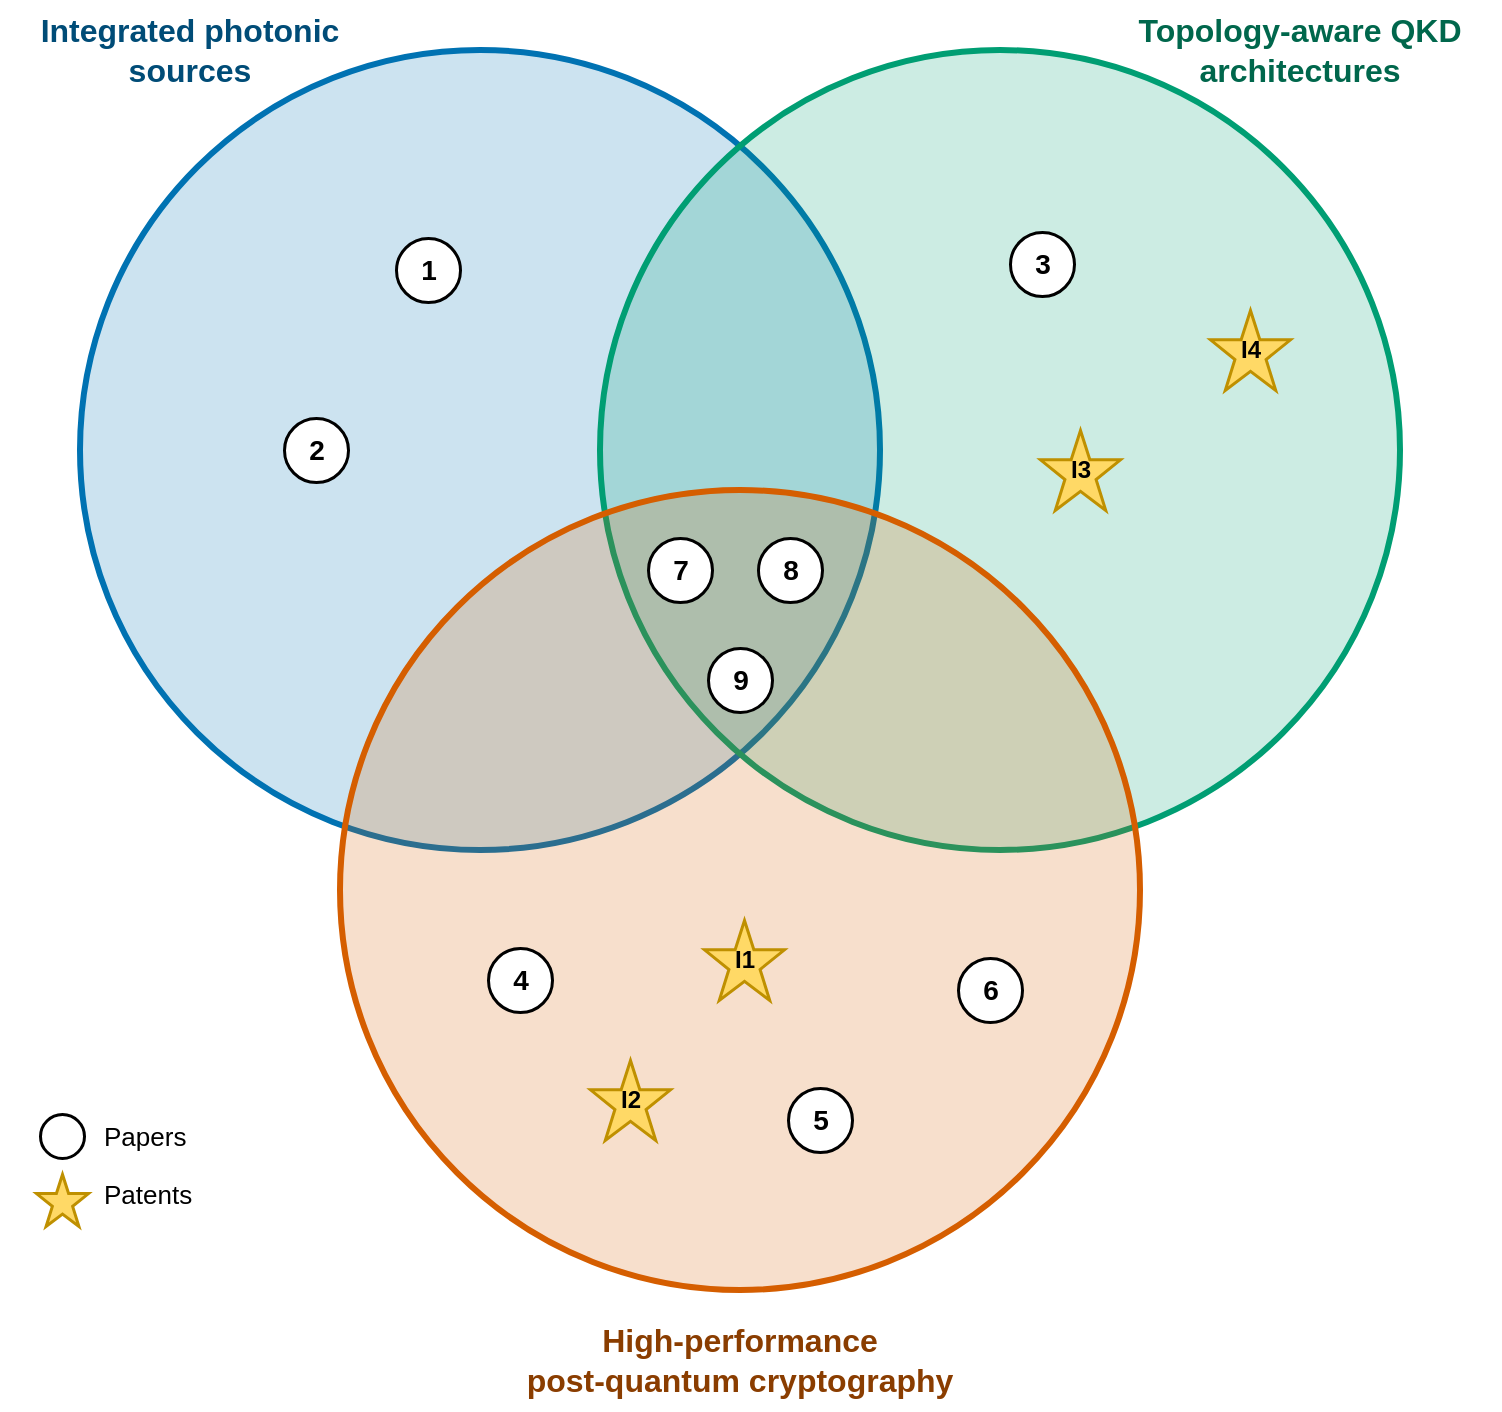
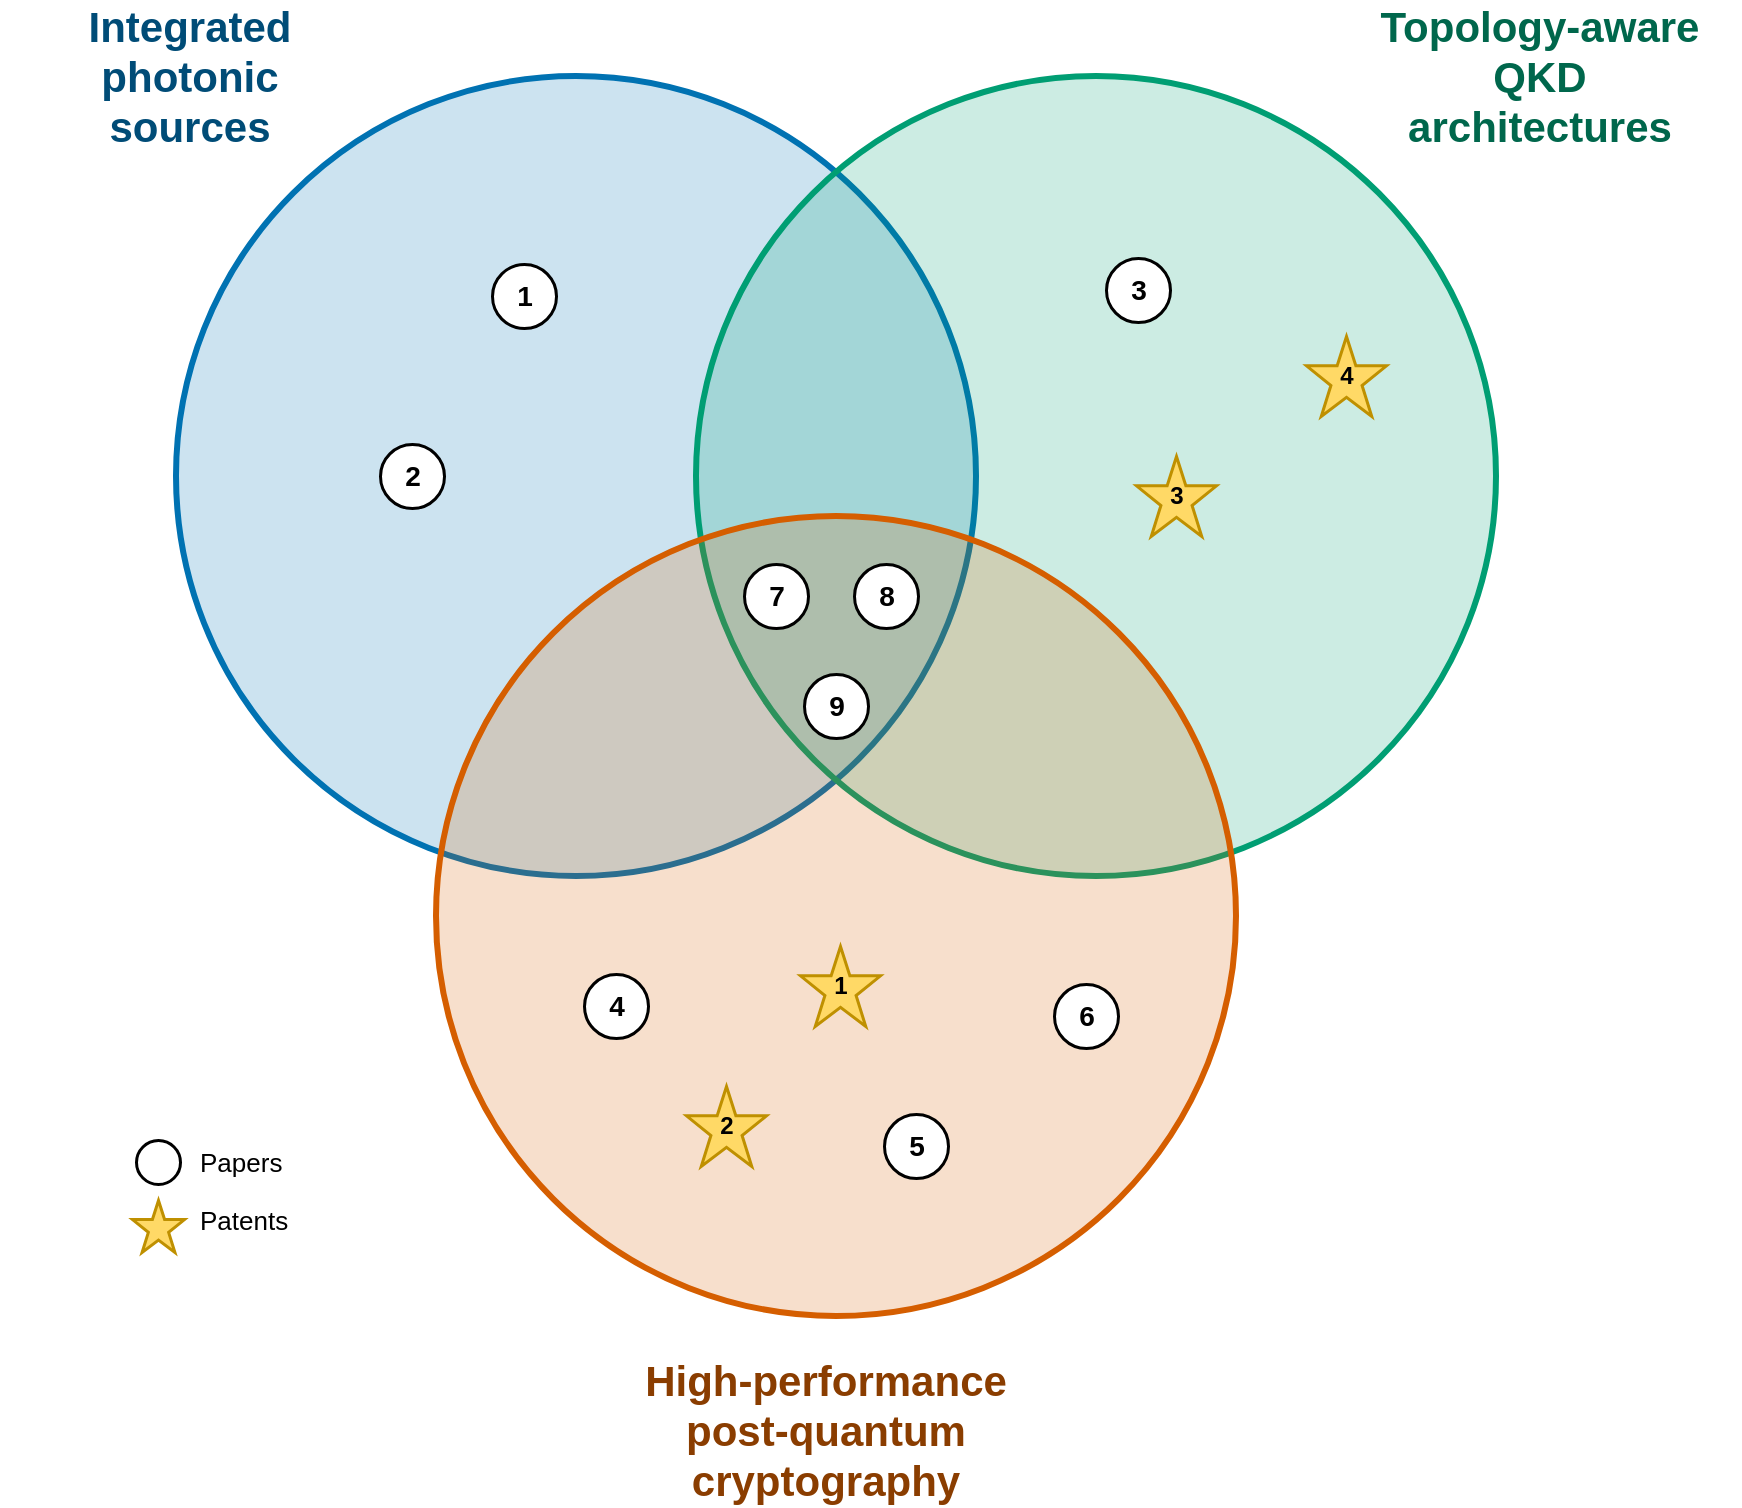
<mxfile host="65bd71144e">
    <diagram name="pillar-venn" id="pillar-venn-1">
        <mxGraphModel dx="704" dy="1200" grid="0" gridSize="10" guides="1" tooltips="1" connect="1" arrows="1" fold="1" page="1" pageScale="1" pageWidth="850" pageHeight="850" math="0" shadow="0">
            <root>
                <mxCell id="0"/>
                <mxCell id="1" parent="0"/>
                <mxCell id="circSrc" value="" style="ellipse;html=1;fillColor=#0072B2;fillOpacity=20;strokeColor=#0072B2;strokeWidth=3;" parent="1" vertex="1">
                    <mxGeometry x="100" y="80" width="400" height="400" as="geometry"/>
                </mxCell>
                <mxCell id="circQKD" value="" style="ellipse;html=1;fillColor=#009E73;fillOpacity=20;strokeColor=#009E73;strokeWidth=3;" parent="1" vertex="1">
                    <mxGeometry x="360" y="80" width="400" height="400" as="geometry"/>
                </mxCell>
                <mxCell id="circPQC" value="" style="ellipse;html=1;fillColor=#D55E00;fillOpacity=20;strokeColor=#D55E00;strokeWidth=3;" parent="1" vertex="1">
                    <mxGeometry x="230" y="300" width="400" height="400" as="geometry"/>
                </mxCell>
-                 <mxCell id="titleSrc" value="Integrated photonic&#10;sources" style="text;html=1;align=center;verticalAlign=middle;fontStyle=1;fontSize=16;fontColor=#004C77;whiteSpace=wrap;" parent="1" vertex="1">
-                     <mxGeometry x="60" y="55" width="190" height="50" as="geometry"/>
+                 <mxCell id="titleSrc" value="Integrated photonic&#10;sources" style="text;html=1;align=center;verticalAlign=middle;fontStyle=1;fontSize=21;fontColor=#004C77;whiteSpace=wrap;letterSpacing=0.5;" parent="1" vertex="1">
+                     <mxGeometry x="12" y="55" width="190" height="50" as="geometry"/>
                </mxCell>
-                 <mxCell id="titleQKD" value="Topology-aware QKD&#10;architectures" style="text;html=1;align=center;verticalAlign=middle;fontStyle=1;fontSize=16;fontColor=#00674C;whiteSpace=wrap;" parent="1" vertex="1">
-                     <mxGeometry x="610" y="55" width="200" height="50" as="geometry"/>
+                 <mxCell id="titleQKD" value="Topology-aware QKD&#10;architectures" style="text;html=1;align=center;verticalAlign=middle;fontStyle=1;fontSize=21;fontColor=#00674C;whiteSpace=wrap;letterSpacing=0.5;" parent="1" vertex="1">
+                     <mxGeometry x="682" y="55" width="200" height="50" as="geometry"/>
                </mxCell>
-                 <mxCell id="titlePQC" value="High-performance&#10;post-quantum cryptography" style="text;html=1;align=center;verticalAlign=middle;fontStyle=1;fontSize=16;fontColor=#8A3D00;whiteSpace=wrap;" parent="1" vertex="1">
-                     <mxGeometry x="310" y="710" width="240" height="50" as="geometry"/>
+                 <mxCell id="titlePQC" value="High-performance&#10;post-quantum cryptography" style="text;html=1;align=center;verticalAlign=middle;fontStyle=1;fontSize=21;fontColor=#8A3D00;whiteSpace=wrap;letterSpacing=0.5;" parent="1" vertex="1">
+                     <mxGeometry x="305" y="732" width="240" height="50" as="geometry"/>
                </mxCell>
                <mxCell id="m1" value="1" style="ellipse;html=1;fillColor=#FFFFFF;strokeColor=#000000;strokeWidth=1.5;fontStyle=1;fontSize=14;" parent="1" vertex="1">
                    <mxGeometry x="258" y="174" width="32" height="32" as="geometry"/>
                </mxCell>
                <mxCell id="m2" value="2" style="ellipse;html=1;fillColor=#FFFFFF;strokeColor=#000000;strokeWidth=1.5;fontStyle=1;fontSize=14;" parent="1" vertex="1">
                    <mxGeometry x="202" y="264" width="32" height="32" as="geometry"/>
                </mxCell>
                <mxCell id="m3" value="3" style="ellipse;html=1;fillColor=#FFFFFF;strokeColor=#000000;strokeWidth=1.5;fontStyle=1;fontSize=14;" parent="1" vertex="1">
                    <mxGeometry x="565" y="171" width="32" height="32" as="geometry"/>
                </mxCell>
                <mxCell id="m4" value="4" style="ellipse;html=1;fillColor=#FFFFFF;strokeColor=#000000;strokeWidth=1.5;fontStyle=1;fontSize=14;" parent="1" vertex="1">
                    <mxGeometry x="304" y="529" width="32" height="32" as="geometry"/>
                </mxCell>
                <mxCell id="m5" value="5" style="ellipse;html=1;fillColor=#FFFFFF;strokeColor=#000000;strokeWidth=1.5;fontStyle=1;fontSize=14;" parent="1" vertex="1">
                    <mxGeometry x="454" y="599" width="32" height="32" as="geometry"/>
                </mxCell>
                <mxCell id="m6" value="6" style="ellipse;html=1;fillColor=#FFFFFF;strokeColor=#000000;strokeWidth=1.5;fontStyle=1;fontSize=14;" parent="1" vertex="1">
                    <mxGeometry x="539" y="534" width="32" height="32" as="geometry"/>
                </mxCell>
                <mxCell id="m7" value="7" style="ellipse;html=1;fillColor=#FFFFFF;strokeColor=#000000;strokeWidth=1.5;fontStyle=1;fontSize=14;" parent="1" vertex="1">
                    <mxGeometry x="384" y="324" width="32" height="32" as="geometry"/>
                </mxCell>
                <mxCell id="m8" value="8" style="ellipse;html=1;fillColor=#FFFFFF;strokeColor=#000000;strokeWidth=1.5;fontStyle=1;fontSize=14;" parent="1" vertex="1">
                    <mxGeometry x="439" y="324" width="32" height="32" as="geometry"/>
                </mxCell>
                <mxCell id="m9" value="9" style="ellipse;html=1;fillColor=#FFFFFF;strokeColor=#000000;strokeWidth=1.5;fontStyle=1;fontSize=14;" parent="1" vertex="1">
                    <mxGeometry x="414" y="379" width="32" height="32" as="geometry"/>
                </mxCell>
-                 <mxCell id="i1" value="I1" style="shape=mxgraph.basic.star;html=1;fillColor=#FFD966;strokeColor=#BF9000;strokeWidth=1.5;fontStyle=1;fontSize=12;verticalLabelPosition=middle;verticalAlign=middle;" parent="1" vertex="1">
+                 <mxCell id="i1" value="1" style="shape=mxgraph.basic.star;html=1;fillColor=#FFD966;strokeColor=#BF9000;strokeWidth=1.5;fontStyle=1;fontSize=12;verticalLabelPosition=middle;verticalAlign=middle;" parent="1" vertex="1">
                    <mxGeometry x="412" y="515" width="40" height="40" as="geometry"/>
                </mxCell>
-                 <mxCell id="i2" value="I2" style="shape=mxgraph.basic.star;html=1;fillColor=#FFD966;strokeColor=#BF9000;strokeWidth=1.5;fontStyle=1;fontSize=12;verticalLabelPosition=middle;verticalAlign=middle;" parent="1" vertex="1">
+                 <mxCell id="i2" value="2" style="shape=mxgraph.basic.star;html=1;fillColor=#FFD966;strokeColor=#BF9000;strokeWidth=1.5;fontStyle=1;fontSize=12;verticalLabelPosition=middle;verticalAlign=middle;" parent="1" vertex="1">
                    <mxGeometry x="355" y="585" width="40" height="40" as="geometry"/>
                </mxCell>
-                 <mxCell id="i3" value="I3" style="shape=mxgraph.basic.star;html=1;fillColor=#FFD966;strokeColor=#BF9000;strokeWidth=1.5;fontStyle=1;fontSize=12;verticalLabelPosition=middle;verticalAlign=middle;" parent="1" vertex="1">
+                 <mxCell id="i3" value="3" style="shape=mxgraph.basic.star;html=1;fillColor=#FFD966;strokeColor=#BF9000;strokeWidth=1.5;fontStyle=1;fontSize=12;verticalLabelPosition=middle;verticalAlign=middle;" parent="1" vertex="1">
                    <mxGeometry x="580" y="270" width="40" height="40" as="geometry"/>
                </mxCell>
-                 <mxCell id="i4" value="I4" style="shape=mxgraph.basic.star;html=1;fillColor=#FFD966;strokeColor=#BF9000;strokeWidth=1.5;fontStyle=1;fontSize=12;verticalLabelPosition=middle;verticalAlign=middle;" parent="1" vertex="1">
+                 <mxCell id="i4" value="4" style="shape=mxgraph.basic.star;html=1;fillColor=#FFD966;strokeColor=#BF9000;strokeWidth=1.5;fontStyle=1;fontSize=12;verticalLabelPosition=middle;verticalAlign=middle;" parent="1" vertex="1">
                    <mxGeometry x="665" y="210" width="40" height="40" as="geometry"/>
                </mxCell>
                <mxCell id="legPaper" value="" style="ellipse;html=1;fillColor=#FFFFFF;strokeColor=#000000;strokeWidth=1.5;" parent="1" vertex="1">
                    <mxGeometry x="80" y="612" width="22" height="22" as="geometry"/>
                </mxCell>
                <mxCell id="legPaperTxt" value="Papers" style="text;html=1;align=left;verticalAlign=middle;fontSize=13;" parent="1" vertex="1">
                    <mxGeometry x="110" y="612" width="120" height="22" as="geometry"/>
                </mxCell>
                <mxCell id="legPatent" value="" style="shape=mxgraph.basic.star;html=1;fillColor=#FFD966;strokeColor=#BF9000;strokeWidth=1.5;" parent="1" vertex="1">
                    <mxGeometry x="78" y="642" width="26" height="26" as="geometry"/>
                </mxCell>
                <mxCell id="legPatentTxt" value="Patents" style="text;html=1;align=left;verticalAlign=middle;fontSize=13;" parent="1" vertex="1">
                    <mxGeometry x="110" y="641" width="120" height="22" as="geometry"/>
                </mxCell>
            </root>
        </mxGraphModel>
    </diagram>
</mxfile>